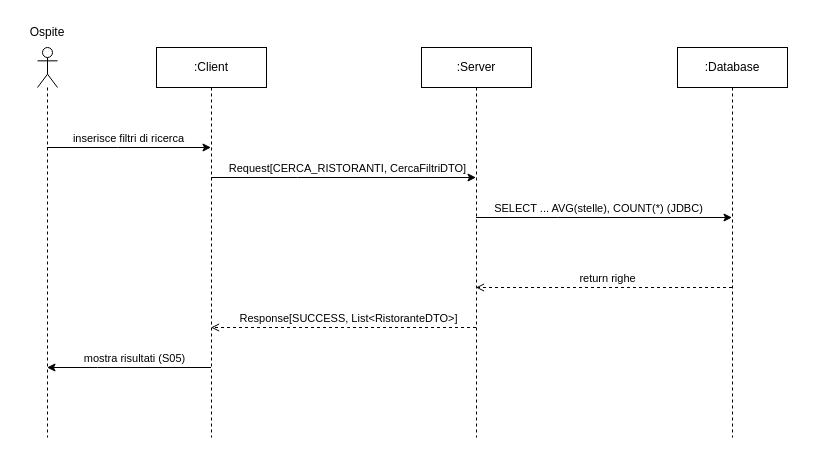
Before: page "RicercaRistorantiAstratto" (4 of 6) of Progettazione/Barlera/Diagrammi/SequenceDiagram.drawio in FloshDev/TheKnife-B, a draw.io diagram. Source tidied: cells renumbered, new cells numbered last; positions are measured from the earlier drawing's top-left corner, leaving out a move shared by most shapes. Both pictures are drawn from the tidied source at 100%, with x=0, y=0 at pixel (17, 17).
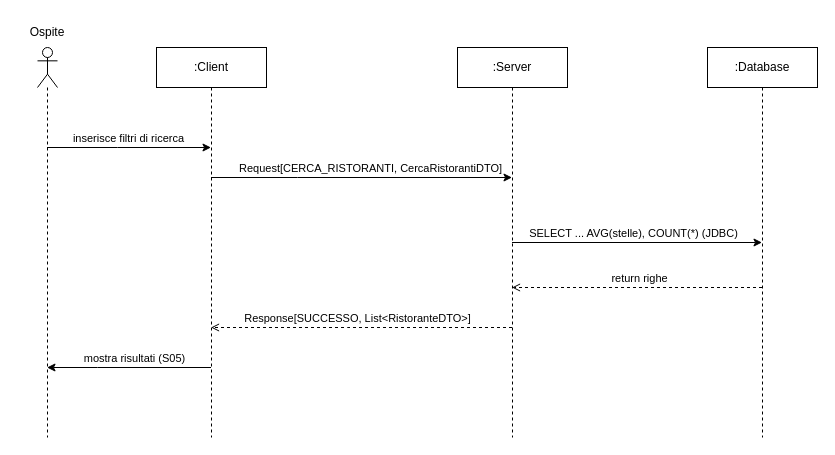
The same page after the edit.

Unchanged cells that the change refers to:
```xml
<mxCell id="6" style="edgeStyle=elbowEdgeStyle;rounded=0;jettySize=auto;html=1;elbow=vertical;curved=0;" parent="1" edge="1" source="10" target="15">
  <mxGeometry relative="1" as="geometry">
    <Array as="points">
      <mxPoint x="280" y="160" />
    </Array>
  </mxGeometry>
</mxCell>
<mxCell id="13" style="edgeStyle=elbowEdgeStyle;rounded=0;jettySize=auto;html=1;elbow=vertical;curved=0;dashed=1;endArrow=open;endFill=0;" parent="1" edge="1" source="15" target="10">
  <mxGeometry relative="1" as="geometry">
    <Array as="points">
      <mxPoint x="330" y="310" />
    </Array>
  </mxGeometry>
</mxCell>
```

Change to the diagram source:
```diff
@@
-    <mxCell id="7" value="Request[CERCA_RISTORANTI, CercaFiltriDTO]" style="edgeLabel;html=1;align=center;verticalAlign=middle;" parent="6" vertex="1">
+    <mxCell id="7" value="Request[CERCA_RISTORANTI, CercaRistorantiDTO]" style="edgeLabel;html=1;align=center;verticalAlign=middle;" parent="6" vertex="1">
       <mxGeometry x="0.26" y="3" relative="1" as="geometry">
         <mxPoint x="-31" y="-7" as="offset" />
       </mxGeometry>
     </mxCell>
@@
-    <mxCell id="14" value="Response[SUCCESS, List&amp;lt;RistoranteDTO&amp;gt;]" style="edgeLabel;html=1;align=center;verticalAlign=middle;" parent="13" vertex="1">
+    <mxCell id="14" value="Response[SUCCESSO, List&amp;lt;RistoranteDTO&amp;gt;]" style="edgeLabel;html=1;align=center;verticalAlign=middle;" parent="13" vertex="1">
       <mxGeometry x="0.46" y="-1" relative="1" as="geometry">
         <mxPoint x="65" y="-9" as="offset" />
       </mxGeometry>
     </mxCell>
     <mxCell id="15" value=":Server" style="shape=umlLifeline;perimeter=lifelinePerimeter;whiteSpace=wrap;html=1;outlineConnect=0;portConstraint=eastwest;newEdgeStyle={&quot;edgeStyle&quot;:&quot;elbowEdgeStyle&quot;,&quot;elbow&quot;:&quot;vertical&quot;,&quot;curved&quot;:0,&quot;rounded&quot;:0};" parent="1" vertex="1">
-      <mxGeometry x="404" y="30" width="110" height="390" as="geometry" />
+      <mxGeometry x="440" y="30" width="110" height="390" as="geometry" />
     </mxCell>
@@
     <mxCell id="18" value=":Database" style="shape=umlLifeline;perimeter=lifelinePerimeter;whiteSpace=wrap;html=1;outlineConnect=0;portConstraint=eastwest;newEdgeStyle={&quot;edgeStyle&quot;:&quot;elbowEdgeStyle&quot;,&quot;elbow&quot;:&quot;vertical&quot;,&quot;curved&quot;:0,&quot;rounded&quot;:0};" parent="1" vertex="1">
-      <mxGeometry x="660" y="30" width="110" height="390" as="geometry" />
+      <mxGeometry x="690" y="30" width="110" height="390" as="geometry" />
     </mxCell>
```
